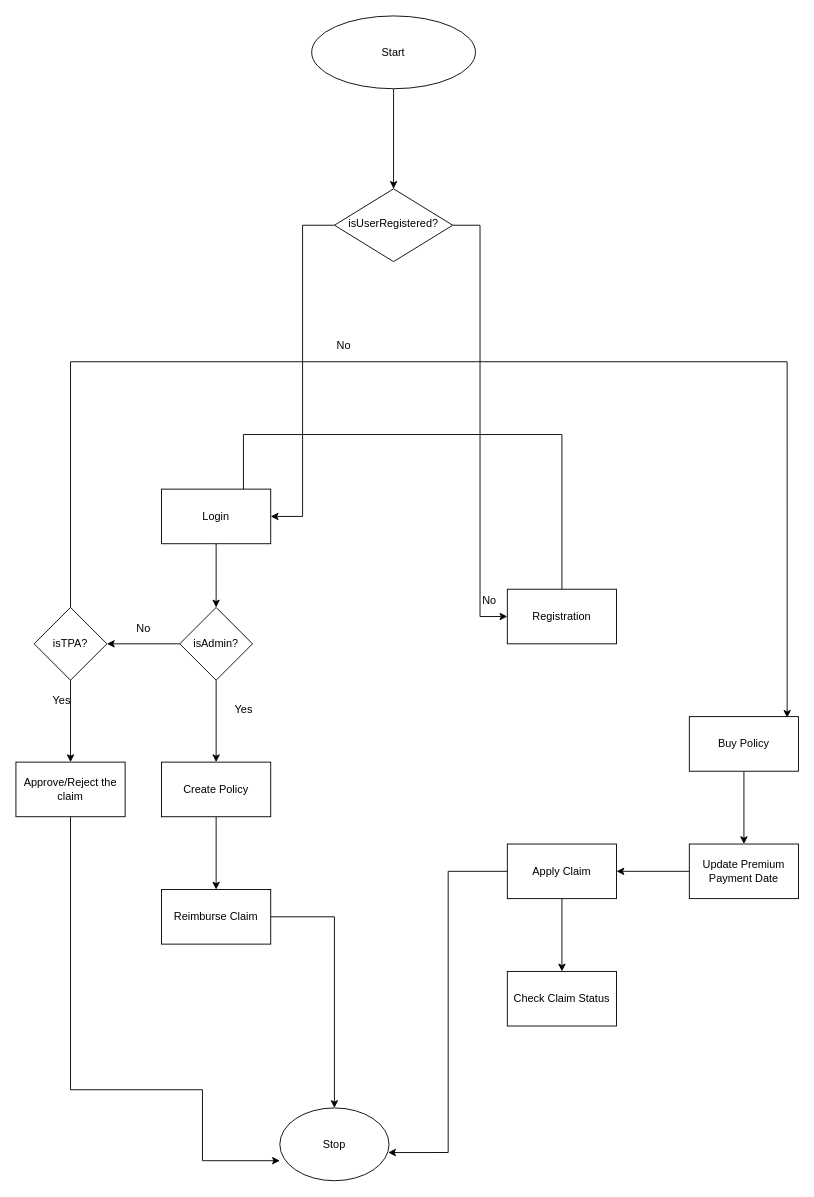
Earlier version of the draw.io diagram LLD/FlowChart.drawio (gautam-u-hub/Claims-Management-System----DEMO). Source tidied: cells renumbered, new cells numbered last; positions are measured from the earlier drawing's top-left corner, leaving out a move shared by most shapes. Both pictures are drawn from the tidied source at 91%, with x=0, y=0 at pixel (15, 15).
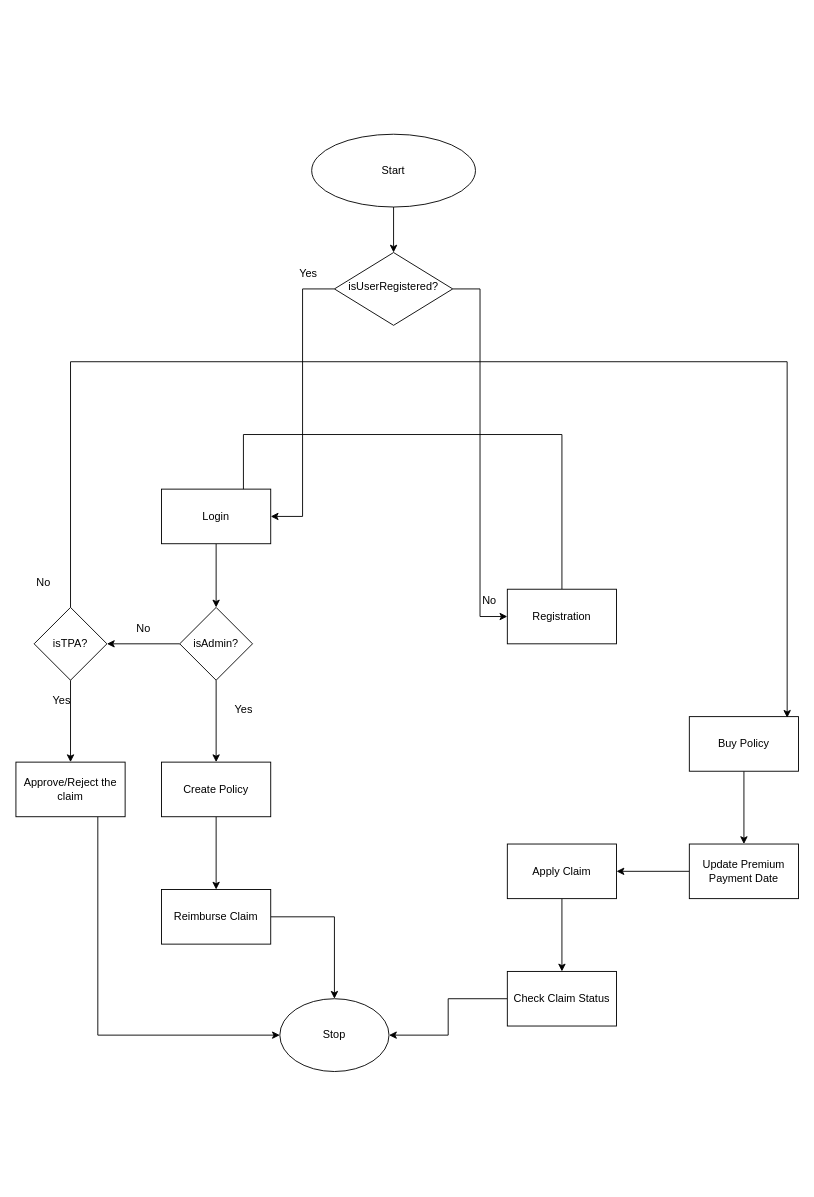
The same page after the edit.

Unchanged cells that the change refers to:
```xml
<mxCell id="12" value="Apply Claim" style="whiteSpace=wrap;html=1;rounded=0;" parent="1" vertex="1">
  <mxGeometry x="540" y="910" width="120" height="60" as="geometry" />
</mxCell>
<mxCell id="13" value="Check Claim Status" style="whiteSpace=wrap;html=1;rounded=0;" parent="1" vertex="1">
  <mxGeometry x="540" y="1050" width="120" height="60" as="geometry" />
</mxCell>
<mxCell id="26" value="Approve/Reject the claim" style="rounded=0;whiteSpace=wrap;html=1;" parent="1" vertex="1">
  <mxGeometry y="820" width="120" height="60" as="geometry" />
</mxCell>
```

The edit, as a diff of the source:
```diff
@@
     <mxCell id="4" value="isUserRegistered?" style="rhombus;whiteSpace=wrap;html=1;shadow=0;fontFamily=Helvetica;fontSize=12;align=center;strokeWidth=1;spacing=6;spacingTop=-4;" parent="1" vertex="1">
-      <mxGeometry x="350" y="190" width="130" height="80" as="geometry" />
+      <mxGeometry x="350" y="260" width="130" height="80" as="geometry" />
     </mxCell>
@@
+    <mxCell id="37" style="edgeStyle=orthogonalEdgeStyle;rounded=0;jettySize=auto;html=1;entryX=1;entryY=0.5;entryDx=0;entryDy=0;" parent="1" edge="1" source="13" target="27">
+      <mxGeometry relative="1" as="geometry" />
+    </mxCell>
@@
+    <mxCell id="28" style="edgeStyle=orthogonalEdgeStyle;rounded=0;jettySize=auto;html=1;entryX=0;entryY=0.5;entryDx=0;entryDy=0;" parent="1" edge="1" source="26" target="27">
+      <mxGeometry relative="1" as="geometry">
+        <Array as="points">
+          <mxPoint x="90" y="1120" />
+        </Array>
+      </mxGeometry>
+    </mxCell>
@@
     <mxCell id="27" value="Stop" style="ellipse;whiteSpace=wrap;html=1;" parent="1" vertex="1">
-      <mxGeometry x="290" y="1200" width="120" height="80" as="geometry" />
+      <mxGeometry x="290" y="1080" width="120" height="80" as="geometry" />
     </mxCell>
-    <mxCell id="28" style="edgeStyle=orthogonalEdgeStyle;rounded=0;jettySize=auto;html=1;entryX=0;entryY=0.725;entryDx=0;entryDy=0;entryPerimeter=0;" parent="1" edge="1" source="26" target="27">
-      <mxGeometry relative="1" as="geometry">
-        <Array as="points">
-          <mxPoint x="60" y="1180" />
-          <mxPoint x="205" y="1180" />
-          <mxPoint x="205" y="1258" />
-        </Array>
-      </mxGeometry>
-    </mxCell>
-    <mxCell id="29" style="edgeStyle=orthogonalEdgeStyle;rounded=0;jettySize=auto;html=1;entryX=0.992;entryY=0.613;entryDx=0;entryDy=0;entryPerimeter=0;" parent="1" edge="1" source="12" target="27">
-      <mxGeometry relative="1" as="geometry" />
-    </mxCell>
@@
     <mxCell id="31" value="Start" style="ellipse;whiteSpace=wrap;html=1;" parent="1" vertex="1">
-      <mxGeometry x="325" width="180" height="80" as="geometry" />
+      <mxGeometry x="325" y="130" width="180" height="80" as="geometry" />
     </mxCell>
@@
+    <mxCell id="38" value="Yes" style="text;html=1;align=center;verticalAlign=middle;strokeColor=none;fillColor=none;" parent="1" vertex="1">
+      <mxGeometry x="301" y="268" width="40" height="30" as="geometry" />
+    </mxCell>
     <mxCell id="36" value="No" style="text;html=1;align=center;verticalAlign=middle;strokeColor=none;fillColor=none;" parent="1" vertex="1">
-      <mxGeometry x="340" y="348" width="40" height="30" as="geometry" />
+      <mxGeometry x="10" y="608" width="40" height="30" as="geometry" />
     </mxCell>
```
